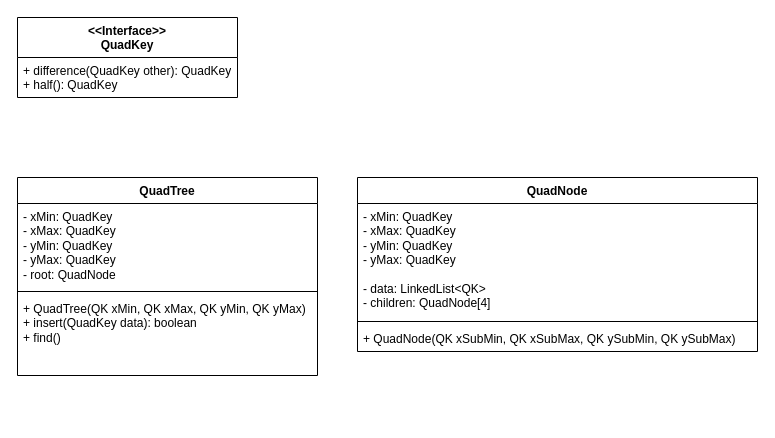
Earlier version of the draw.io diagram doc/UML/QuadTree.drawio (juraj-n/ADS2). Source tidied: cells renumbered, new cells numbered last; positions are measured from the earlier drawing's top-left corner, leaving out a move shared by most shapes. Both pictures are drawn from the tidied source at 100%, with x=0, y=0 at pixel (17, 17).
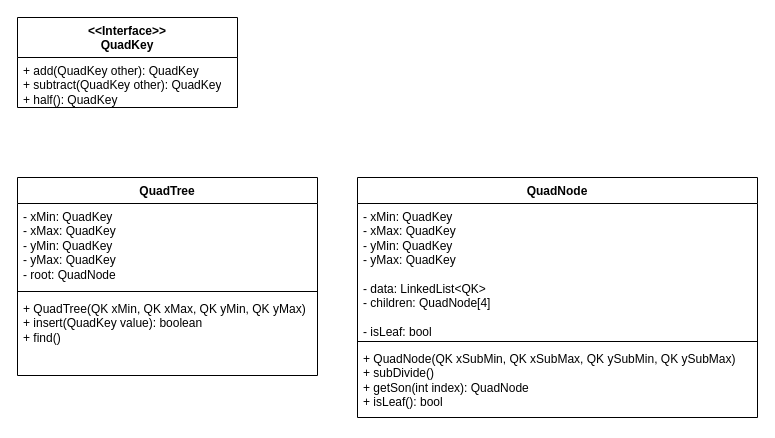
The same page after the edit.

Commit message (it also covers changes not shown here):
QuadTree insert skelet

What changed in the source:
```diff
@@
 <mxGraphModel>
   <root>
     <mxCell id="0" />
     <mxCell id="1" parent="0" />
     <mxCell id="2" value="QuadTree" style="swimlane;fontStyle=1;align=center;verticalAlign=top;horizontal=1;startSize=26;whiteSpace=wrap;html=1;" parent="1" vertex="1">
       <mxGeometry y="160" width="300" height="198" as="geometry" />
     </mxCell>
     <mxCell id="3" value="- xMin: QuadKey&lt;div&gt;- xMax: QuadKey&lt;/div&gt;&lt;div&gt;- yMin: QuadKey&lt;/div&gt;&lt;div&gt;- yMax: QuadKey&lt;/div&gt;&lt;div&gt;- root: QuadNode&lt;/div&gt;" style="text;strokeColor=none;fillColor=none;align=left;verticalAlign=top;spacingLeft=4;spacingRight=4;overflow=hidden;whiteSpace=wrap;html=1;" parent="2" vertex="1">
       <mxGeometry y="26" width="300" height="84" as="geometry" />
     </mxCell>
     <mxCell id="4" style="line;strokeWidth=1;fillColor=none;align=left;verticalAlign=middle;spacingTop=-1;spacingLeft=3;spacingRight=3;labelPosition=right;strokeColor=inherit;" parent="2" vertex="1">
       <mxGeometry y="110" width="300" height="8" as="geometry" />
     </mxCell>
-    <mxCell id="5" value="+ QuadTree(QK xMin, QK xMax, QK yMin, QK yMax)&lt;div&gt;+ insert(QuadKey data): boolean&lt;/div&gt;&lt;div&gt;+ find()&lt;/div&gt;" style="text;strokeColor=none;fillColor=none;align=left;verticalAlign=top;spacingLeft=4;spacingRight=4;overflow=hidden;whiteSpace=wrap;html=1;" parent="2" vertex="1">
+    <mxCell id="5" value="+ QuadTree(QK xMin, QK xMax, QK yMin, QK yMax)&lt;div&gt;+ insert(QuadKey value): boolean&lt;/div&gt;&lt;div&gt;+ find()&lt;/div&gt;" style="text;strokeColor=none;fillColor=none;align=left;verticalAlign=top;spacingLeft=4;spacingRight=4;overflow=hidden;whiteSpace=wrap;html=1;" parent="2" vertex="1">
       <mxGeometry y="118" width="300" height="80" as="geometry" />
     </mxCell>
     <mxCell id="6" value="&amp;lt;&amp;lt;Interface&amp;gt;&amp;gt;&lt;div&gt;QuadKey&lt;/div&gt;" style="swimlane;fontStyle=1;align=center;verticalAlign=top;horizontal=1;startSize=40;whiteSpace=wrap;html=1;" parent="1" vertex="1">
-      <mxGeometry width="220" height="80" as="geometry" />
+      <mxGeometry width="220" height="90" as="geometry" />
     </mxCell>
-    <mxCell id="7" value="+ difference(QuadKey other): QuadKey&lt;div&gt;+ half(): QuadKey&lt;/div&gt;" style="text;strokeColor=none;fillColor=none;align=left;verticalAlign=top;spacingLeft=4;spacingRight=4;overflow=hidden;whiteSpace=wrap;html=1;" parent="6" vertex="1">
-      <mxGeometry y="40" width="220" height="40" as="geometry" />
+    <mxCell id="7" value="&lt;div&gt;+ add(QuadKey other): QuadKey&lt;/div&gt;+ subtract(QuadKey other): QuadKey&lt;div&gt;+ half(): QuadKey&lt;/div&gt;" style="text;strokeColor=none;fillColor=none;align=left;verticalAlign=top;spacingLeft=4;spacingRight=4;overflow=hidden;whiteSpace=wrap;html=1;" parent="6" vertex="1">
+      <mxGeometry y="40" width="220" height="50" as="geometry" />
     </mxCell>
     <mxCell id="8" value="QuadNode" style="swimlane;fontStyle=1;align=center;verticalAlign=top;horizontal=1;startSize=26;whiteSpace=wrap;html=1;" parent="1" vertex="1">
-      <mxGeometry x="340" y="160" width="400" height="174" as="geometry" />
+      <mxGeometry x="340" y="160" width="400" height="240" as="geometry" />
     </mxCell>
-    <mxCell id="9" value="- xMin: QuadKey&lt;div&gt;- xMax: QuadKey&lt;/div&gt;&lt;div&gt;- yMin: QuadKey&lt;/div&gt;&lt;div&gt;- yMax: QuadKey&lt;/div&gt;&lt;div&gt;&lt;br&gt;&lt;/div&gt;&lt;div&gt;- data: LinkedList&amp;lt;QK&amp;gt;&lt;/div&gt;&lt;div&gt;- children: QuadNode[4]&lt;/div&gt;" style="text;strokeColor=none;fillColor=none;align=left;verticalAlign=top;spacingLeft=4;spacingRight=4;overflow=hidden;whiteSpace=wrap;html=1;" parent="8" vertex="1">
-      <mxGeometry y="26" width="400" height="114" as="geometry" />
+    <mxCell id="9" value="- xMin: QuadKey&lt;div&gt;- xMax: QuadKey&lt;/div&gt;&lt;div&gt;- yMin: QuadKey&lt;/div&gt;&lt;div&gt;- yMax: QuadKey&lt;/div&gt;&lt;div&gt;&lt;br&gt;&lt;/div&gt;&lt;div&gt;- data: LinkedList&amp;lt;QK&amp;gt;&lt;/div&gt;&lt;div&gt;- children: QuadNode[4]&lt;/div&gt;&lt;div&gt;&lt;br&gt;&lt;/div&gt;&lt;div&gt;- isLeaf: bool&lt;/div&gt;" style="text;strokeColor=none;fillColor=none;align=left;verticalAlign=top;spacingLeft=4;spacingRight=4;overflow=hidden;whiteSpace=wrap;html=1;" parent="8" vertex="1">
+      <mxGeometry y="26" width="400" height="134" as="geometry" />
     </mxCell>
     <mxCell id="10" style="line;strokeWidth=1;fillColor=none;align=left;verticalAlign=middle;spacingTop=-1;spacingLeft=3;spacingRight=3;labelPosition=right;strokeColor=inherit;" parent="8" vertex="1">
-      <mxGeometry y="140" width="400" height="8" as="geometry" />
+      <mxGeometry y="160" width="400" height="8" as="geometry" />
     </mxCell>
-    <mxCell id="11" value="+ QuadNode(QK xSubMin, QK xSubMax, QK ySubMin, QK ySubMax)" style="text;strokeColor=none;fillColor=none;align=left;verticalAlign=top;spacingLeft=4;spacingRight=4;overflow=hidden;whiteSpace=wrap;html=1;" parent="8" vertex="1">
-      <mxGeometry y="148" width="400" height="26" as="geometry" />
+    <mxCell id="11" value="+ QuadNode(QK xSubMin, QK xSubMax, QK ySubMin, QK ySubMax)&lt;div&gt;+ subDivide()&lt;/div&gt;&lt;div&gt;+ getSon(int index): QuadNode&lt;/div&gt;&lt;div&gt;+ isLeaf(): bool&lt;/div&gt;" style="text;strokeColor=none;fillColor=none;align=left;verticalAlign=top;spacingLeft=4;spacingRight=4;overflow=hidden;whiteSpace=wrap;html=1;" parent="8" vertex="1">
+      <mxGeometry y="168" width="400" height="72" as="geometry" />
     </mxCell>
   </root>
 </mxGraphModel>
```
